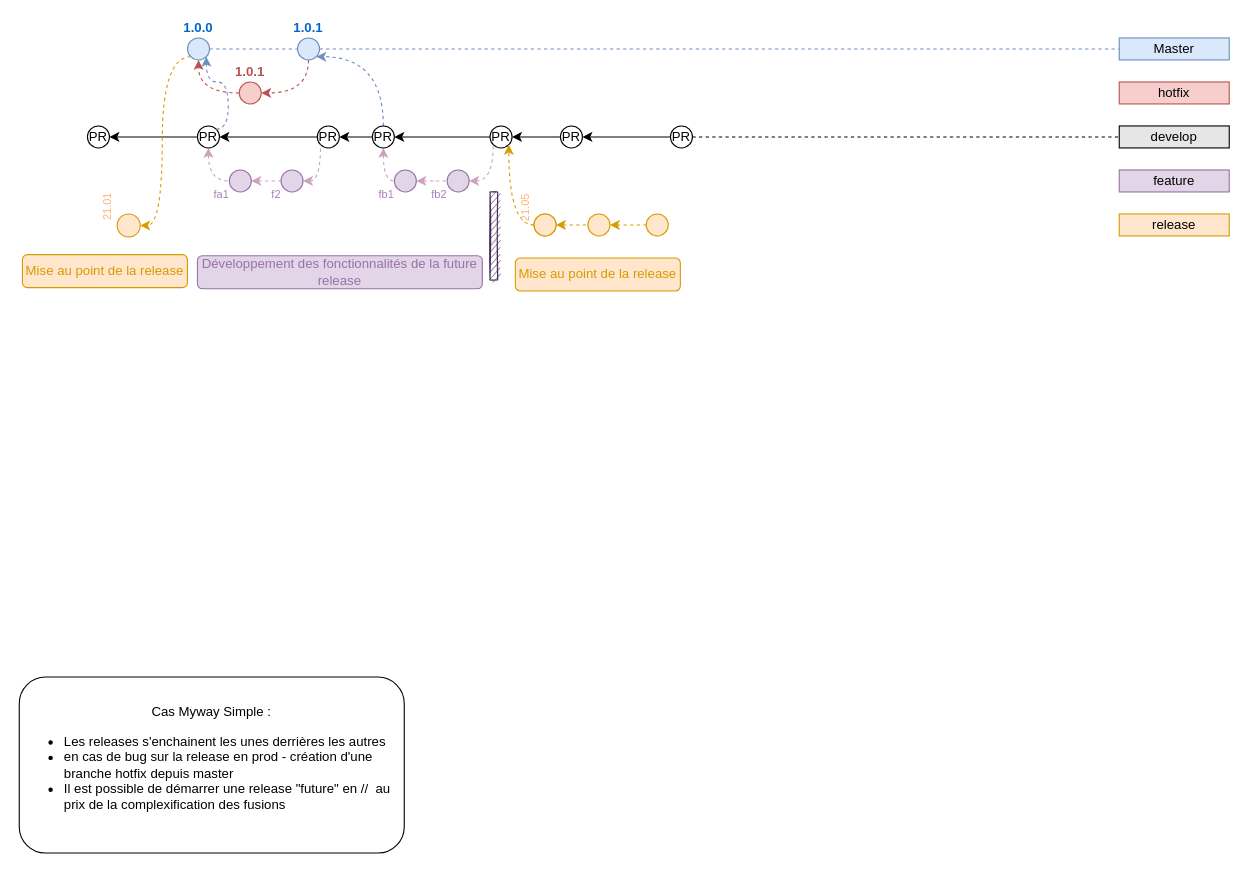
This is page "mw-roa-rel-alt-dev-mysys" (6 of 7) of Untitled Diagram.drawio from salmen/gitflowdiagram, a draw.io file, before an edit. Source tidied: cells renumbered, new cells numbered last; positions are measured from the earlier drawing's top-left corner, leaving out a move shared by most shapes. Both pictures are drawn from the tidied source at 110%, with x=0, y=0 at pixel (19, 37).
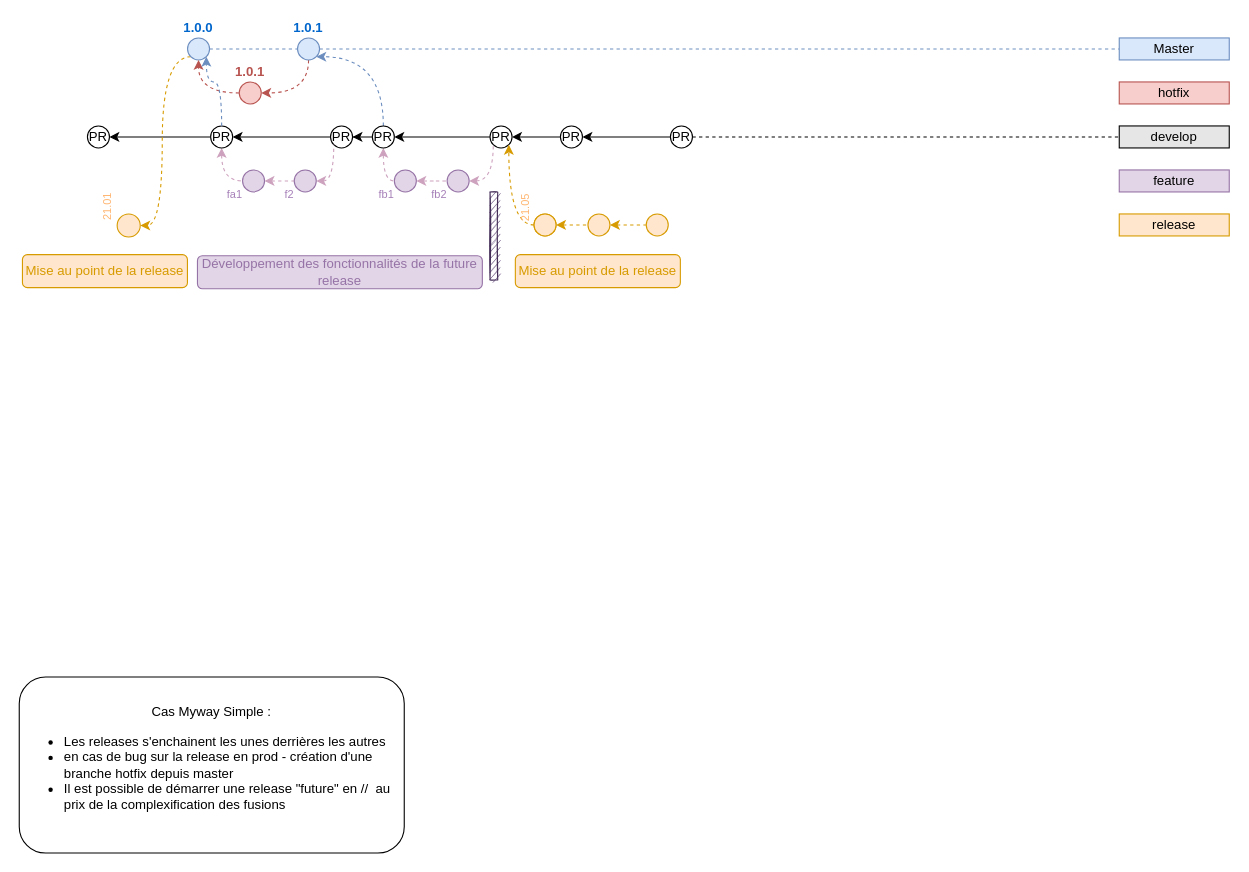
The same page after the edit.

Commit message:
publish avec commentaire

The change refers to these unchanged cells:
```xml
<mxCell id="38" value="1.0.0" style="ellipse;whiteSpace=wrap;html=1;fillColor=#dae8fc;strokeColor=#6c8ebf;fontStyle=1;labelPosition=center;verticalLabelPosition=top;align=center;verticalAlign=bottom;fontColor=#0066CC;" parent="1" vertex="1">
  <mxGeometry x="153" width="20" height="20" as="geometry" />
</mxCell>
```

Change to the diagram source:
```diff
@@
     <mxCell id="6" style="edgeStyle=orthogonalEdgeStyle;rounded=0;jettySize=auto;html=1;entryX=0;entryY=0.5;entryDx=0;entryDy=0;dashed=1;startArrow=classic;startFill=1;endArrow=none;endFill=0;strokeColor=#CDA2BE;fontSize=10;fontColor=#A680B8;exitX=0.5;exitY=1;exitDx=0;exitDy=0;curved=1;" parent="1" edge="1" source="8" target="20">
       <mxGeometry relative="1" as="geometry">
         <Array as="points">
-          <mxPoint x="172" y="130" />
+          <mxPoint x="184" y="130" />
         </Array>
       </mxGeometry>
     </mxCell>
@@
     <mxCell id="8" value="PR" style="ellipse;whiteSpace=wrap;html=1;fillColor=#FFFFFF;" parent="1" vertex="1">
-      <mxGeometry x="162" y="80" width="20" height="20" as="geometry" />
+      <mxGeometry x="174" y="80" width="20" height="20" as="geometry" />
     </mxCell>
@@
     <mxCell id="11" value="PR" style="ellipse;whiteSpace=wrap;html=1;fillColor=#FFFFFF;" parent="1" vertex="1">
-      <mxGeometry x="271" y="80" width="20" height="20" as="geometry" />
+      <mxGeometry x="283" y="80" width="20" height="20" as="geometry" />
     </mxCell>
@@
     <mxCell id="19" style="edgeStyle=orthogonalEdgeStyle;rounded=0;jettySize=auto;html=1;startArrow=classic;startFill=1;endArrow=none;endFill=0;fontSize=10;fontColor=#A680B8;dashed=1;strokeColor=#CDA2BE;" parent="1" edge="1" source="20" target="22">
       <mxGeometry relative="1" as="geometry">
         <Array as="points">
-          <mxPoint x="238" y="130" />
-          <mxPoint x="238" y="130" />
+          <mxPoint x="250" y="130" />
+          <mxPoint x="250" y="130" />
         </Array>
       </mxGeometry>
     </mxCell>
     <mxCell id="20" value="&lt;div style=&quot;text-align: justify&quot;&gt;&lt;span&gt;fa1&lt;/span&gt;&lt;/div&gt;" style="ellipse;whiteSpace=wrap;html=1;fontSize=10;fillColor=#e1d5e7;strokeColor=#9673a6;verticalAlign=top;labelPosition=left;verticalLabelPosition=bottom;align=right;horizontal=1;fontColor=#A680B8;spacing=0;spacingBottom=2;spacingLeft=0;spacingTop=-8;" parent="1" vertex="1">
-      <mxGeometry x="191" y="120" width="20" height="20" as="geometry" />
+      <mxGeometry x="203" y="120" width="20" height="20" as="geometry" />
     </mxCell>
@@
     <mxCell id="22" value="&lt;div style=&quot;text-align: justify&quot;&gt;&lt;span&gt;f2&lt;/span&gt;&lt;/div&gt;" style="ellipse;whiteSpace=wrap;html=1;fontSize=10;fillColor=#e1d5e7;strokeColor=#9673a6;verticalAlign=top;labelPosition=left;verticalLabelPosition=bottom;align=right;horizontal=1;fontColor=#A680B8;spacing=0;spacingBottom=2;spacingLeft=0;spacingTop=-8;" parent="1" vertex="1">
-      <mxGeometry x="238" y="120" width="20" height="20" as="geometry" />
+      <mxGeometry x="250" y="120" width="20" height="20" as="geometry" />
     </mxCell>
@@
-    <mxCell id="50" style="edgeStyle=orthogonalEdgeStyle;curved=1;jettySize=auto;html=1;entryX=1;entryY=1;entryDx=0;entryDy=0;dashed=1;endArrow=classic;strokeColor=#6C8EBF;fillColor=#dae8fc;endFill=1;exitX=1;exitY=0;exitDx=0;exitDy=0;" parent="1" edge="1" source="8" target="38">
+    <mxCell id="50" style="edgeStyle=orthogonalEdgeStyle;curved=1;jettySize=auto;html=1;entryX=1;entryY=1;entryDx=0;entryDy=0;dashed=1;endArrow=classic;strokeColor=#6C8EBF;fillColor=#dae8fc;endFill=1;exitX=0.5;exitY=0;exitDx=0;exitDy=0;" parent="1" edge="1" source="8" target="38">
       <mxGeometry relative="1" as="geometry">
         <Array as="points">
-          <mxPoint x="190" y="83" />
-          <mxPoint x="190" y="40" />
+          <mxPoint x="184" y="40" />
           <mxPoint x="170" y="40" />
         </Array>
       </mxGeometry>
     </mxCell>
@@
     <mxCell id="53" value="Mise au point de la release" style="rounded=1;whiteSpace=wrap;html=1;fillColor=#ffe6cc;strokeColor=#d79b00;fontColor=#D79B00;" parent="1" vertex="1">
-      <mxGeometry x="451" y="200" width="150" height="30" as="geometry" />
+      <mxGeometry x="451" y="197" width="150" height="30" as="geometry" />
     </mxCell>
```
